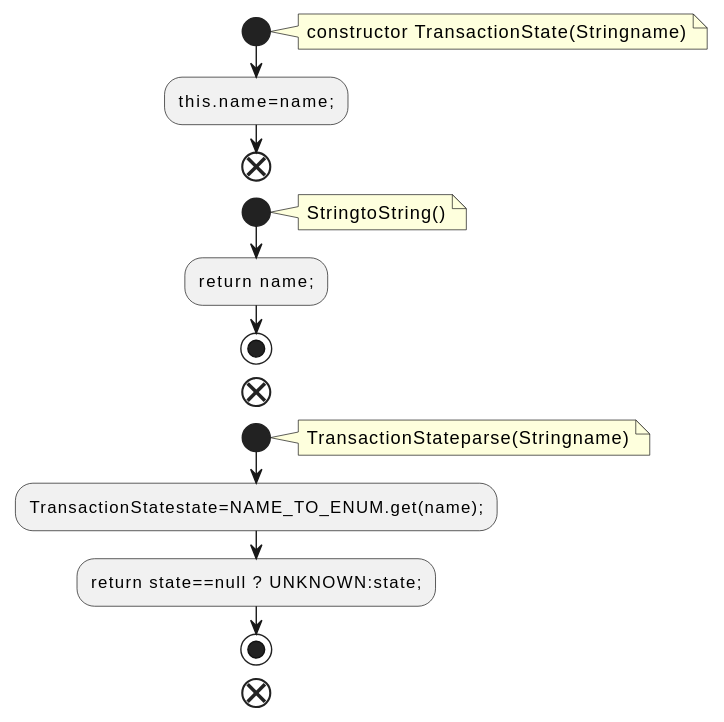
Earlier version of the PlantUML export docs/qc/clients/src/main/java/org/apache/kafka/clients/admin/TransactionState.java.fct.svg (qualitesys/kafka).
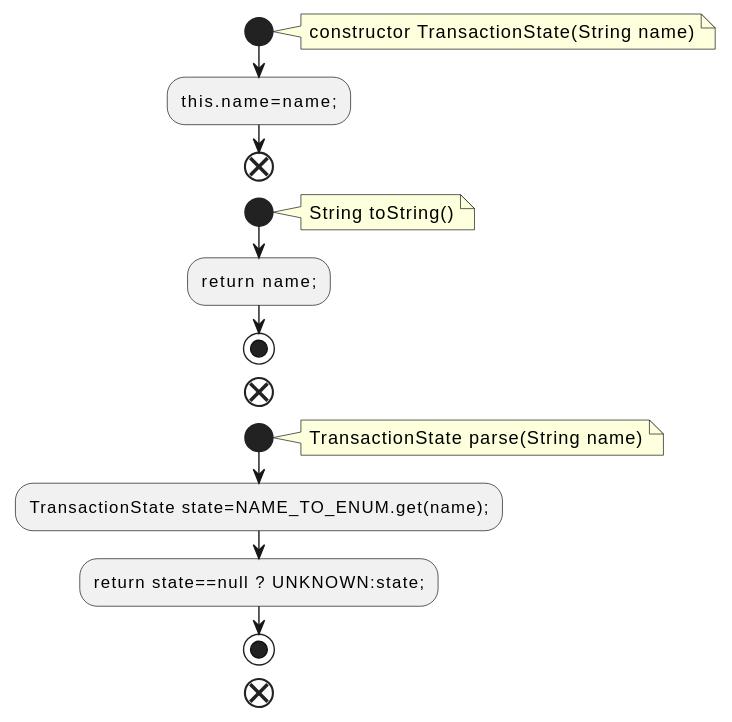
The same file after the commit.

Change to the diagram source:
```diff
@@ -2,22 +2,22 @@
 !pragma layout smetana
 start
 note right
-constructor TransactionState(Stringname)
+constructor TransactionState(String name)
 end note
 :this.name=name;;
 end
 start
 note right
-StringtoString()
+String toString()
 end note
 :return name;;
 stop
 end
 start
 note right
-TransactionStateparse(Stringname)
+TransactionState parse(String name)
 end note
-:TransactionStatestate=NAME_TO_ENUM.get(name);;
+:TransactionState state=NAME_TO_ENUM.get(name);;
 :return state==null ? UNKNOWN:state;;
 stop
 end
```
